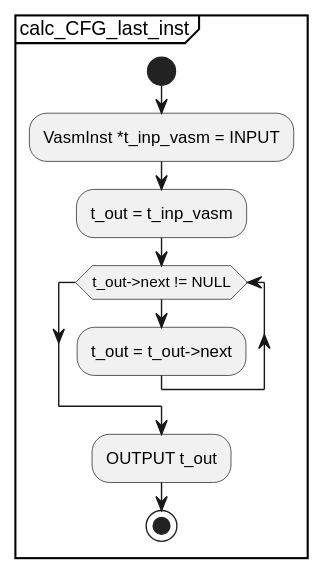
This is docs/UML/Control_Flow_Graph_Generation_Scheme/submodules/svg/calc_CFG_last_inst.svg from KeithCBrett/Python-Compiler, a PlantUML export, as it was before one commit. Source of this version:
```plantuml
@startuml
partition calc_CFG_last_inst {
    start
    :VasmInst *t_inp_vasm = INPUT;
    :t_out = t_inp_vasm;
    while (t_out->next != NULL)
        :t_out = t_out->next;
    endwhile
    :OUTPUT t_out;
    stop
}
@enduml
```
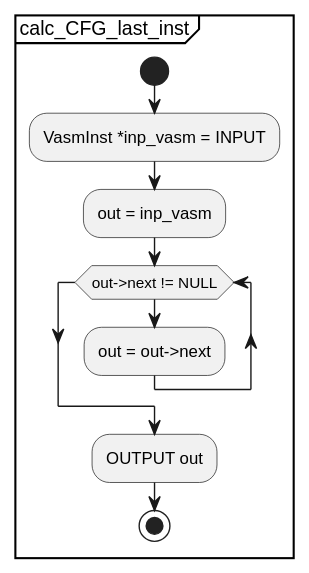
Later version of the same file.

Change to the diagram source:
```diff
@@ -1,12 +1,12 @@
 @startuml
 partition calc_CFG_last_inst {
-    start
-    :VasmInst *t_inp_vasm = INPUT;
-    :t_out = t_inp_vasm;
-    while (t_out->next != NULL)
-        :t_out = t_out->next;
-    endwhile
-    :OUTPUT t_out;
-    stop
+	start
+	:VasmInst *inp_vasm = INPUT;
+	:out = inp_vasm;
+	while (out->next != NULL)
+		:out = out->next;
+	endwhile
+	:OUTPUT out;
+	stop
 }
 @enduml
```
